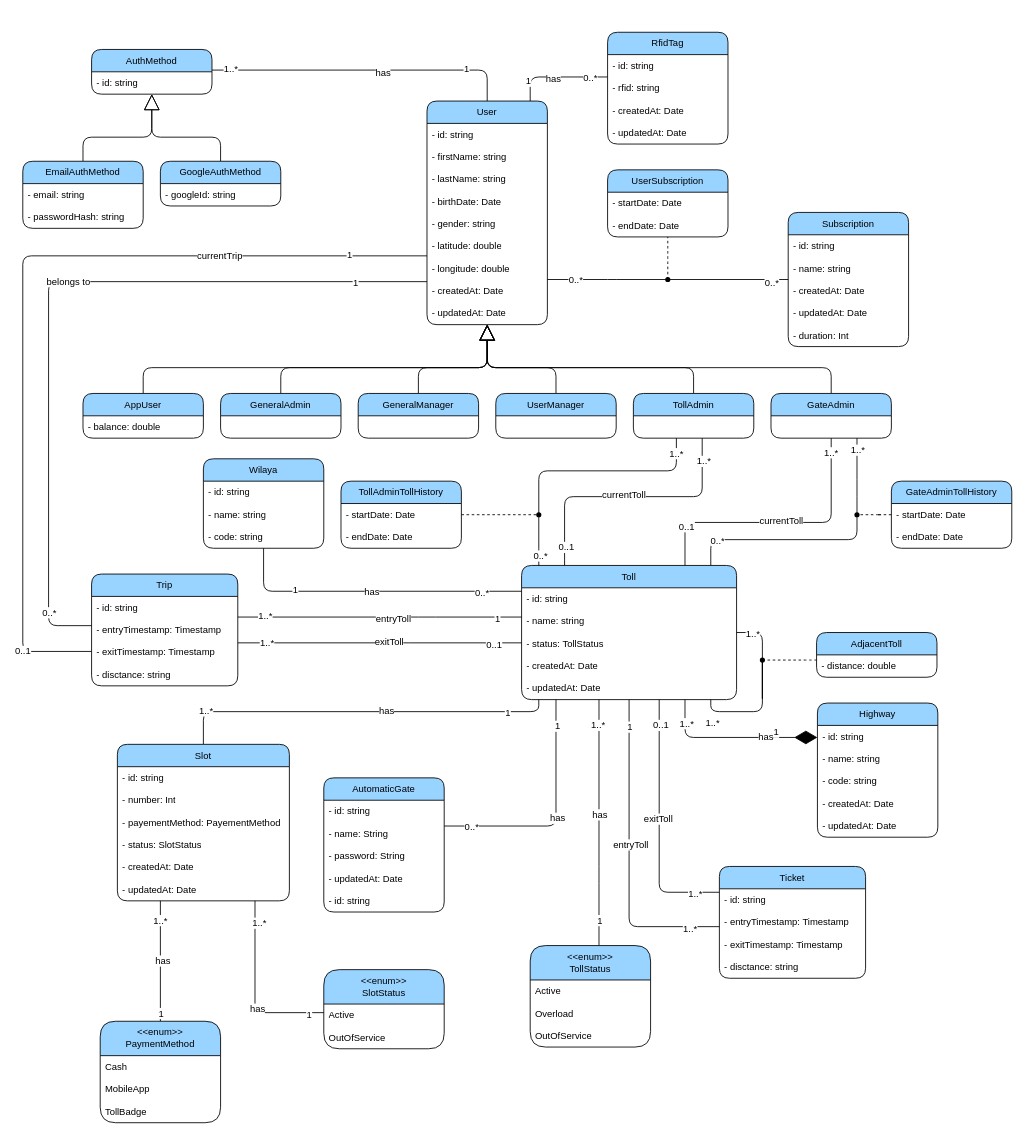
Before: page "class diagram" (4 of 6) of diagrams/PeagePay.drawio in devlotfi/peage-pay, a draw.io diagram. Source tidied: cells renumbered, new cells numbered last; positions are measured from the earlier drawing's top-left corner, leaving out a move shared by most shapes. Both pictures are drawn from the tidied source at 86%, with x=0, y=0 at pixel (22, 32).
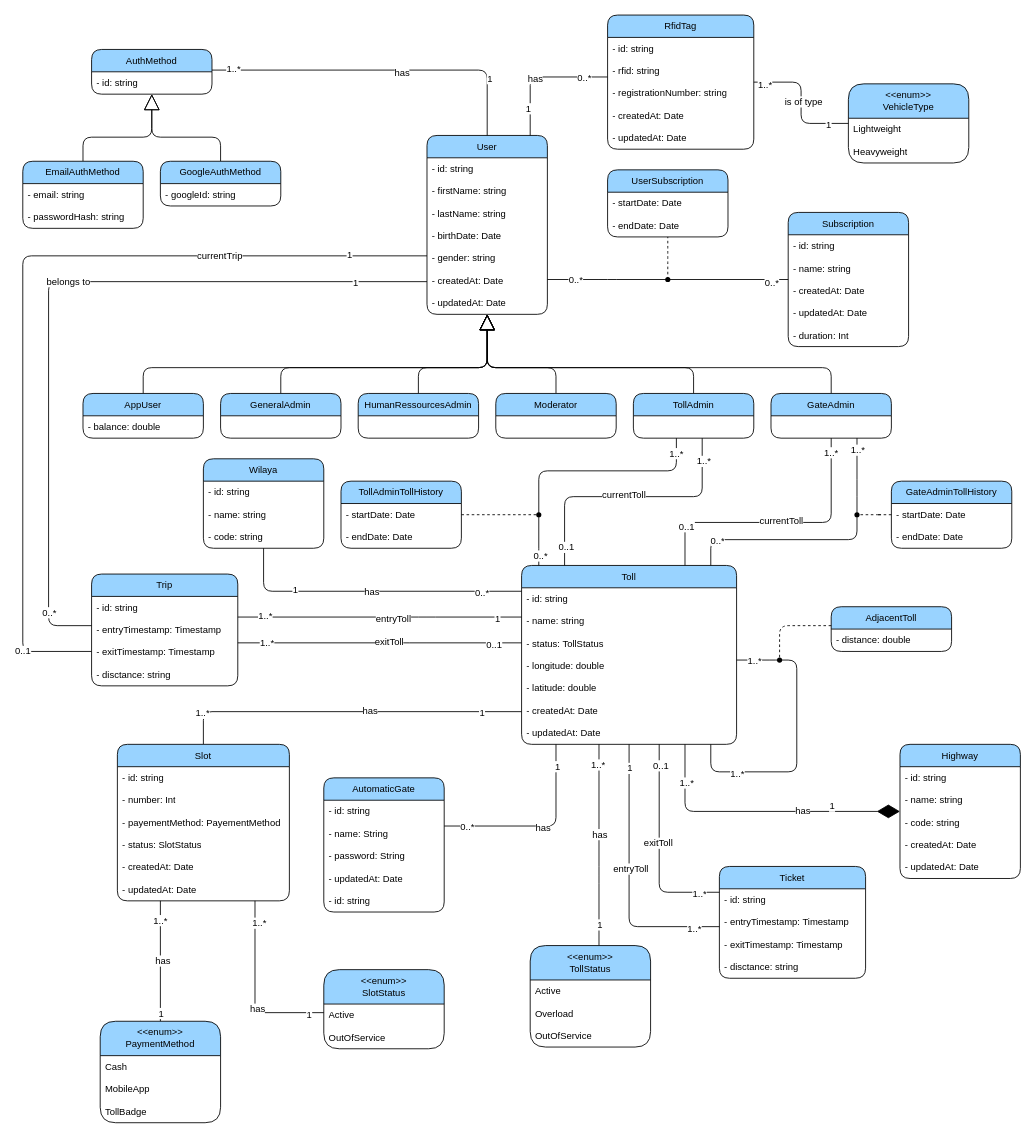
Above is the later version.

Change to the diagram source:
```diff
@@
     <mxCell id="2" value="Highway" style="swimlane;fontStyle=0;horizontal=1;startSize=26;whiteSpace=wrap;html=1;fontFamily=Helvetica;fontSize=11;fillColor=#99D3FF;fillStyle=auto;rounded=1;glass=0;shadow=0;swimlaneFillColor=none;gradientColor=none;fontColor=default;" parent="1" vertex="1">
-      <mxGeometry x="924" y="780" width="140" height="156" as="geometry" />
+      <mxGeometry x="1020" y="828" width="140" height="156" as="geometry" />
     </mxCell>
@@
     <mxCell id="8" value="Toll" style="swimlane;fontStyle=0;horizontal=1;startSize=26;fillColor=#99D3FF;whiteSpace=wrap;html=1;fontFamily=Helvetica;fontSize=11;fontColor=default;fillStyle=auto;rounded=1;glass=0;shadow=0;swimlaneFillColor=none;gradientColor=none;" parent="1" vertex="1">
-      <mxGeometry x="580" y="620" width="250" height="156" as="geometry" />
+      <mxGeometry x="580" y="620" width="250" height="208" as="geometry" />
     </mxCell>
@@
+    <mxCell id="37" value="- longitude: double" style="text;strokeColor=none;fillColor=none;align=left;verticalAlign=top;spacingLeft=4;spacingRight=4;overflow=hidden;whiteSpace=wrap;html=1;fontSize=11;fontFamily=Helvetica;fontColor=default;" parent="8" vertex="1">
+      <mxGeometry y="104" width="250" height="26" as="geometry" />
+    </mxCell>
+    <mxCell id="36" value="- latitude: double" style="text;strokeColor=none;fillColor=none;align=left;verticalAlign=top;spacingLeft=4;spacingRight=4;overflow=hidden;whiteSpace=wrap;html=1;fontSize=11;fontFamily=Helvetica;fontColor=default;" parent="8" vertex="1">
+      <mxGeometry y="130" width="250" height="26" as="geometry" />
+    </mxCell>
     <mxCell id="12" value="- createdAt: Date" style="text;strokeColor=none;fillColor=none;align=left;verticalAlign=top;spacingLeft=4;spacingRight=4;overflow=hidden;whiteSpace=wrap;html=1;fontSize=11;fontFamily=Helvetica;fontColor=default;" parent="8" vertex="1">
-      <mxGeometry y="104" width="250" height="26" as="geometry" />
+      <mxGeometry y="156" width="250" height="26" as="geometry" />
     </mxCell>
     <mxCell id="13" value="- updatedAt: Date" style="text;strokeColor=none;fillColor=none;align=left;verticalAlign=top;spacingLeft=4;spacingRight=4;overflow=hidden;whiteSpace=wrap;html=1;fontSize=11;fontFamily=Helvetica;fontColor=default;" parent="8" vertex="1">
-      <mxGeometry y="130" width="250" height="26" as="geometry" />
+      <mxGeometry y="182" width="250" height="26" as="geometry" />
     </mxCell>
@@
     <mxCell id="30" value="User" style="swimlane;fontStyle=0;horizontal=1;startSize=26;fillColor=#99D3FF;whiteSpace=wrap;html=1;fontFamily=Helvetica;fontSize=11;fontColor=default;fillStyle=auto;rounded=1;glass=0;shadow=0;swimlaneFillColor=none;gradientColor=none;" parent="1" vertex="1">
-      <mxGeometry x="470" y="80" width="140" height="260" as="geometry" />
+      <mxGeometry x="470" y="120" width="140" height="208" as="geometry" />
     </mxCell>
@@
-    <mxCell id="36" value="- latitude: double" style="text;strokeColor=none;fillColor=none;align=left;verticalAlign=top;spacingLeft=4;spacingRight=4;overflow=hidden;whiteSpace=wrap;html=1;fontSize=11;fontFamily=Helvetica;fontColor=default;" parent="30" vertex="1">
-      <mxGeometry y="156" width="140" height="26" as="geometry" />
-    </mxCell>
-    <mxCell id="37" value="- longitude: double" style="text;strokeColor=none;fillColor=none;align=left;verticalAlign=top;spacingLeft=4;spacingRight=4;overflow=hidden;whiteSpace=wrap;html=1;fontSize=11;fontFamily=Helvetica;fontColor=default;" parent="30" vertex="1">
-      <mxGeometry y="182" width="140" height="26" as="geometry" />
-    </mxCell>
     <mxCell id="38" value="- createdAt: Date" style="text;strokeColor=none;fillColor=none;align=left;verticalAlign=top;spacingLeft=4;spacingRight=4;overflow=hidden;whiteSpace=wrap;html=1;fontSize=11;fontFamily=Helvetica;fontColor=default;" parent="30" vertex="1">
-      <mxGeometry y="208" width="140" height="26" as="geometry" />
+      <mxGeometry y="156" width="140" height="26" as="geometry" />
     </mxCell>
     <mxCell id="39" value="- updatedAt: Date" style="text;strokeColor=none;fillColor=none;align=left;verticalAlign=top;spacingLeft=4;spacingRight=4;overflow=hidden;whiteSpace=wrap;html=1;fontSize=11;fontFamily=Helvetica;fontColor=default;" parent="30" vertex="1">
-      <mxGeometry y="234" width="140" height="26" as="geometry" />
+      <mxGeometry y="182" width="140" height="26" as="geometry" />
     </mxCell>
@@
-    <mxCell id="55" value="GeneralManager" style="swimlane;fontStyle=0;horizontal=1;startSize=26;fillColor=#99D3FF;whiteSpace=wrap;html=1;fontFamily=Helvetica;fontSize=11;fontColor=default;fillStyle=auto;rounded=1;glass=0;shadow=0;swimlaneFillColor=none;gradientColor=none;" parent="1" vertex="1">
+    <mxCell id="55" value="HumanRessourcesAdmin" style="swimlane;fontStyle=0;horizontal=1;startSize=26;fillColor=#99D3FF;whiteSpace=wrap;html=1;fontFamily=Helvetica;fontSize=11;fontColor=default;fillStyle=auto;rounded=1;glass=0;shadow=0;swimlaneFillColor=none;gradientColor=none;" parent="1" vertex="1">
       <mxGeometry x="390" y="420" width="140" height="52" as="geometry" />
     </mxCell>
@@
-    <mxCell id="57" value="UserManager" style="swimlane;fontStyle=0;horizontal=1;startSize=26;fillColor=#99D3FF;whiteSpace=wrap;html=1;fontFamily=Helvetica;fontSize=11;fontColor=default;fillStyle=auto;rounded=1;glass=0;shadow=0;swimlaneFillColor=none;gradientColor=none;" parent="1" vertex="1">
+    <mxCell id="57" value="Moderator" style="swimlane;fontStyle=0;horizontal=1;startSize=26;fillColor=#99D3FF;whiteSpace=wrap;html=1;fontFamily=Helvetica;fontSize=11;fontColor=default;fillStyle=auto;rounded=1;glass=0;shadow=0;swimlaneFillColor=none;gradientColor=none;" parent="1" vertex="1">
       <mxGeometry x="550" y="420" width="140" height="52" as="geometry" />
     </mxCell>
@@
     <mxCell id="75" value="AdjacentToll" style="swimlane;fontStyle=0;horizontal=1;startSize=26;whiteSpace=wrap;html=1;fontFamily=Helvetica;fontSize=11;fillColor=#99D3FF;fillStyle=auto;rounded=1;glass=0;shadow=0;swimlaneFillColor=none;gradientColor=none;fontColor=default;" parent="1" vertex="1">
-      <mxGeometry x="923" y="698" width="140" height="52" as="geometry" />
+      <mxGeometry x="940" y="668" width="140" height="52" as="geometry" />
     </mxCell>
@@
+    <mxCell id="198" style="edgeStyle=orthogonalEdgeStyle;shape=connector;curved=0;rounded=1;jettySize=auto;html=1;labelBackgroundColor=default;strokeColor=default;align=center;verticalAlign=middle;fontFamily=Helvetica;fontSize=11;fontColor=default;endArrow=none;endFill=0;endSize=24;" parent="1" edge="1" source="83" target="203">
+      <mxGeometry relative="1" as="geometry" />
+    </mxCell>
+    <mxCell id="199" value="is of type" style="edgeLabel;html=1;align=center;verticalAlign=middle;fontSize=11;fontFamily=Helvetica;fontColor=default;" parent="198" vertex="1">
+      <mxGeometry x="-0.03" y="2" relative="1" as="geometry" />
+    </mxCell>
+    <mxCell id="200" value="1..*" style="edgeLabel;html=1;align=center;verticalAlign=middle;fontSize=11;fontFamily=Helvetica;fontColor=default;" parent="198" vertex="1">
+      <mxGeometry x="-0.85" y="-2" relative="1" as="geometry" />
+    </mxCell>
+    <mxCell id="201" value="1" style="edgeLabel;html=1;align=center;verticalAlign=middle;fontSize=11;fontFamily=Helvetica;fontColor=default;" parent="198" vertex="1">
+      <mxGeometry x="0.7" y="-1" relative="1" as="geometry" />
+    </mxCell>
     <mxCell id="83" value="RfidTag" style="swimlane;fontStyle=0;horizontal=1;startSize=26;fillColor=#99D3FF;whiteSpace=wrap;html=1;fontFamily=Helvetica;fontSize=11;fontColor=default;fillStyle=auto;rounded=1;glass=0;shadow=0;swimlaneFillColor=none;gradientColor=none;" parent="1" vertex="1">
-      <mxGeometry x="680" width="140" height="130" as="geometry" />
+      <mxGeometry x="680" y="-20" width="170" height="156" as="geometry" />
     </mxCell>
     <mxCell id="84" value="- id: string" style="text;strokeColor=none;fillColor=none;align=left;verticalAlign=top;spacingLeft=4;spacingRight=4;overflow=hidden;whiteSpace=wrap;html=1;fontSize=11;fontFamily=Helvetica;fontColor=default;" parent="83" vertex="1">
-      <mxGeometry y="26" width="140" height="26" as="geometry" />
+      <mxGeometry y="26" width="170" height="26" as="geometry" />
     </mxCell>
     <mxCell id="85" value="- rfid: string" style="text;strokeColor=none;fillColor=none;align=left;verticalAlign=top;spacingLeft=4;spacingRight=4;overflow=hidden;whiteSpace=wrap;html=1;fontSize=11;fontFamily=Helvetica;fontColor=default;" parent="83" vertex="1">
-      <mxGeometry y="52" width="140" height="26" as="geometry" />
+      <mxGeometry y="52" width="170" height="26" as="geometry" />
     </mxCell>
+    <mxCell id="202" value="- registrationNumber: string" style="text;strokeColor=none;fillColor=none;align=left;verticalAlign=top;spacingLeft=4;spacingRight=4;overflow=hidden;whiteSpace=wrap;html=1;fontSize=11;fontFamily=Helvetica;fontColor=default;" parent="83" vertex="1">
+      <mxGeometry y="78" width="170" height="26" as="geometry" />
+    </mxCell>
     <mxCell id="86" value="- createdAt: Date" style="text;strokeColor=none;fillColor=none;align=left;verticalAlign=top;spacingLeft=4;spacingRight=4;overflow=hidden;whiteSpace=wrap;html=1;fontSize=11;fontFamily=Helvetica;fontColor=default;" parent="83" vertex="1">
-      <mxGeometry y="78" width="140" height="26" as="geometry" />
+      <mxGeometry y="104" width="170" height="26" as="geometry" />
     </mxCell>
     <mxCell id="87" value="- updatedAt: Date" style="text;strokeColor=none;fillColor=none;align=left;verticalAlign=top;spacingLeft=4;spacingRight=4;overflow=hidden;whiteSpace=wrap;html=1;fontSize=11;fontFamily=Helvetica;fontColor=default;" parent="83" vertex="1">
-      <mxGeometry y="104" width="140" height="26" as="geometry" />
+      <mxGeometry y="130" width="170" height="26" as="geometry" />
     </mxCell>
@@
     <mxCell id="132" style="edgeStyle=orthogonalEdgeStyle;shape=connector;curved=0;rounded=1;jettySize=auto;html=1;labelBackgroundColor=default;strokeColor=default;align=center;verticalAlign=middle;fontFamily=Helvetica;fontSize=11;fontColor=default;endArrow=none;endFill=0;endSize=24;" parent="1" edge="1" source="136" target="8">
       <mxGeometry relative="1" as="geometry">
         <Array as="points">
-          <mxPoint x="860" y="790" />
-          <mxPoint x="800" y="790" />
+          <mxPoint x="900" y="730" />
+          <mxPoint x="900" y="860" />
+          <mxPoint x="800" y="860" />
         </Array>
       </mxGeometry>
     </mxCell>
     <mxCell id="133" value="1..*" style="edgeLabel;html=1;align=center;verticalAlign=middle;fontSize=11;fontFamily=Helvetica;fontColor=default;" parent="132" vertex="1">
       <mxGeometry x="0.77" y="-1" relative="1" as="geometry">
-        <mxPoint y="13" as="offset" />
+        <mxPoint x="29" y="1" as="offset" />
       </mxGeometry>
     </mxCell>
     <mxCell id="134" style="edgeStyle=orthogonalEdgeStyle;shape=connector;curved=0;rounded=1;jettySize=auto;html=1;labelBackgroundColor=default;strokeColor=default;align=center;verticalAlign=middle;fontFamily=Helvetica;fontSize=11;fontColor=default;endArrow=none;endFill=0;endSize=24;" parent="1" edge="1" source="136" target="8">
       <mxGeometry relative="1" as="geometry">
         <Array as="points">
-          <mxPoint x="860" y="780" />
-          <mxPoint x="860" y="710" />
+          <mxPoint x="870" y="730" />
+          <mxPoint x="870" y="730" />
         </Array>
       </mxGeometry>
     </mxCell>
     <mxCell id="135" value="1..*" style="edgeLabel;html=1;align=center;verticalAlign=middle;fontSize=11;fontFamily=Helvetica;fontColor=default;" parent="134" vertex="1">
-      <mxGeometry x="0.78" y="1" relative="1" as="geometry" />
+      <mxGeometry x="0.78" y="1" relative="1" as="geometry">
+        <mxPoint x="15" y="-1" as="offset" />
+      </mxGeometry>
     </mxCell>
     <mxCell id="136" style="shape=waypoint;sketch=0;size=6;points=[];fillColor=none;perimeter=centerPerimeter;snapToPoint=1;fontFamily=Helvetica;fontSize=11;fontColor=default;" parent="1" vertex="1">
-      <mxGeometry x="850" y="720" width="20" height="20" as="geometry" />
+      <mxGeometry x="870" y="720" width="20" height="20" as="geometry" />
     </mxCell>
     <mxCell id="137" style="edgeStyle=orthogonalEdgeStyle;shape=connector;curved=0;rounded=1;jettySize=auto;html=1;entryX=0.658;entryY=0.7;entryDx=0;entryDy=0;entryPerimeter=0;labelBackgroundColor=default;strokeColor=default;align=center;verticalAlign=middle;fontFamily=Helvetica;fontSize=11;fontColor=default;endArrow=none;endFill=0;endSize=24;dashed=1;" parent="1" edge="1" source="75" target="136">
       <mxGeometry relative="1" as="geometry">
         <Array as="points">
-          <mxPoint x="920" y="730" />
-          <mxPoint x="920" y="730" />
+          <mxPoint x="880" y="690" />
         </Array>
       </mxGeometry>
     </mxCell>
@@
+    <mxCell id="203" value="&amp;lt;&amp;lt;enum&amp;gt;&amp;gt;&lt;br&gt;VehicleType" style="swimlane;fontStyle=0;horizontal=1;startSize=40;fillColor=#99D3FF;whiteSpace=wrap;html=1;fontFamily=Helvetica;fontSize=11;fontColor=default;fillStyle=auto;rounded=1;glass=0;shadow=0;swimlaneFillColor=none;gradientColor=none;" parent="1" vertex="1">
+      <mxGeometry x="960" y="60" width="140" height="92" as="geometry" />
+    </mxCell>
+    <mxCell id="204" value="Lightweight" style="text;strokeColor=none;fillColor=none;align=left;verticalAlign=top;spacingLeft=4;spacingRight=4;overflow=hidden;whiteSpace=wrap;html=1;fontSize=11;fontFamily=Helvetica;fontColor=default;" parent="203" vertex="1">
+      <mxGeometry y="40" width="140" height="26" as="geometry" />
+    </mxCell>
+    <mxCell id="205" value="Heavyweight" style="text;strokeColor=none;fillColor=none;align=left;verticalAlign=top;spacingLeft=4;spacingRight=4;overflow=hidden;whiteSpace=wrap;html=1;fontSize=11;fontFamily=Helvetica;fontColor=default;" parent="203" vertex="1">
+      <mxGeometry y="66" width="140" height="26" as="geometry" />
+    </mxCell>
```
